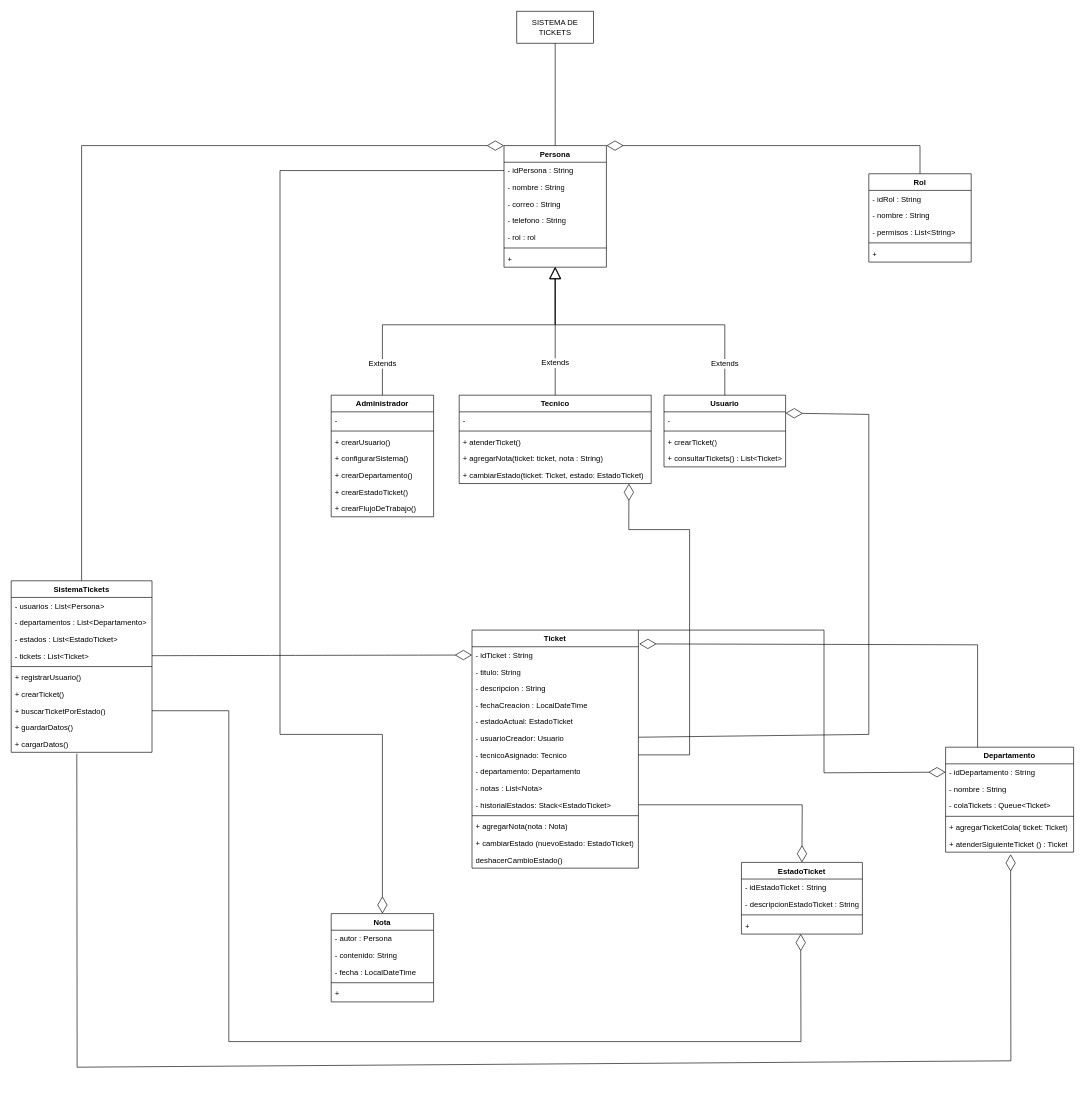
DanielGLima/GestionTickets keeps this draw.io diagram as src/main/Diagramas/Diagrama de clases.drawio. Above is the earlier version. Source tidied: cells renumbered, new cells numbered last; positions are measured from the earlier drawing's top-left corner, leaving out a move shared by most shapes. Both pictures are drawn from the tidied source at 64%, with x=0, y=0 at pixel (11, 11).
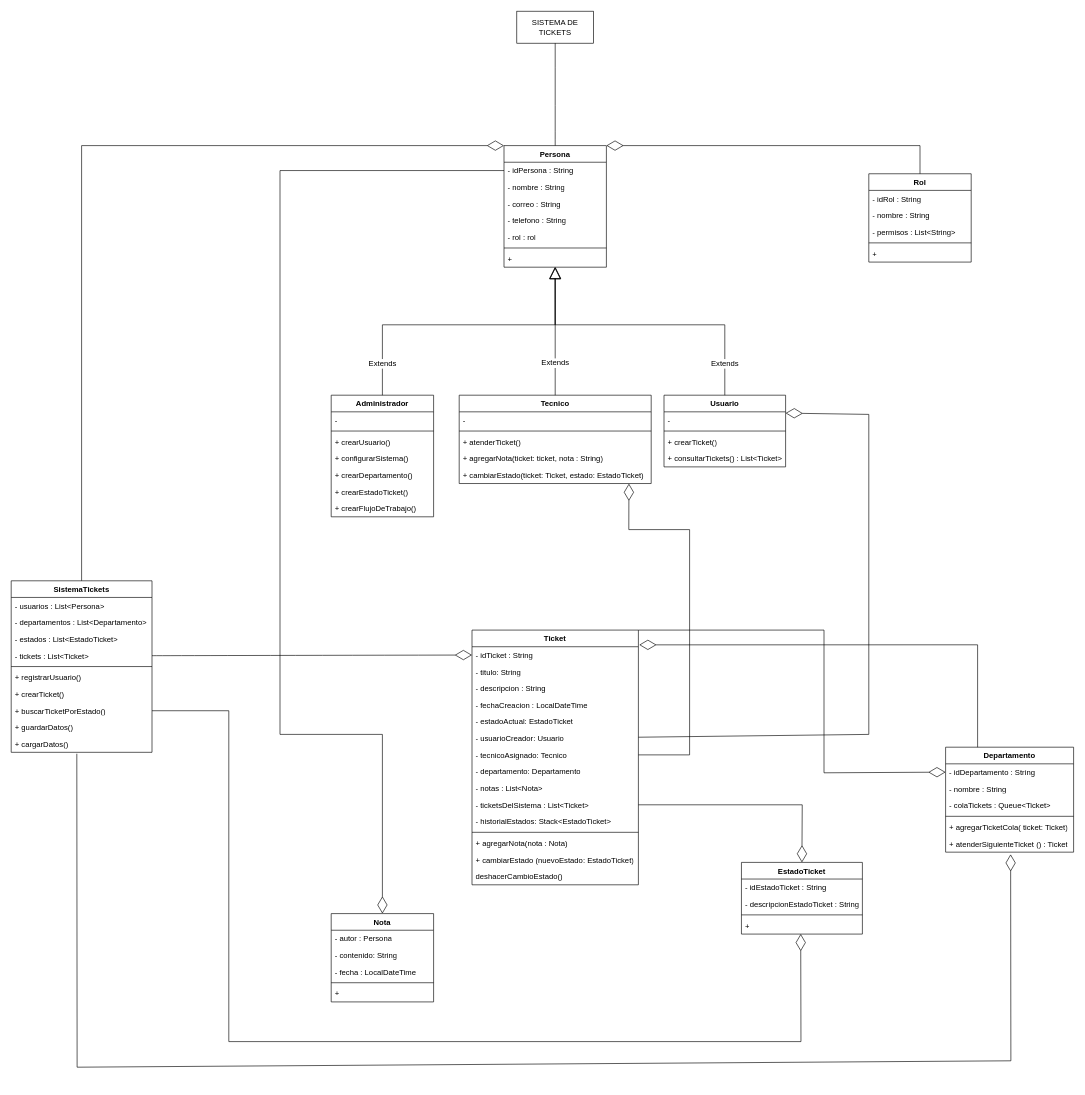
The same diagram, later.

Commit message:
Actualizacion diagrama de clases

Se agrego el atributo - ticketsDelSistema : List<Ticket> creado para implementar en el metodo consultarTickets de la clase Usuario

Change to the diagram source:
```diff
@@
     <mxCell id="33" value="Ticket" style="swimlane;fontStyle=1;align=center;verticalAlign=top;horizontal=1;startSize=26;whiteSpace=wrap;html=1;" parent="1" vertex="1">
-      <mxGeometry x="720" y="967" width="260" height="372" as="geometry" />
+      <mxGeometry x="720" y="967" width="260" height="398" as="geometry" />
     </mxCell>
@@
+    <mxCell id="95" value="- ticketsDelSistema : List&amp;lt;Ticket&amp;gt;" style="text;strokeColor=none;fillColor=none;align=left;verticalAlign=top;spacingLeft=4;spacingRight=4;overflow=hidden;whiteSpace=wrap;html=1;" parent="33" vertex="1">
+      <mxGeometry y="260" width="260" height="26" as="geometry" />
+    </mxCell>
     <mxCell id="43" value="- historialEstados: Stack&amp;lt;EstadoTicket&amp;gt;" style="text;strokeColor=none;fillColor=none;align=left;verticalAlign=top;spacingLeft=4;spacingRight=4;overflow=hidden;whiteSpace=wrap;html=1;" parent="33" vertex="1">
-      <mxGeometry y="260" width="260" height="26" as="geometry" />
+      <mxGeometry y="286" width="260" height="26" as="geometry" />
     </mxCell>
     <mxCell id="44" style="line;strokeWidth=1;fillColor=none;align=left;verticalAlign=middle;spacingTop=-1;spacingLeft=3;spacingRight=3;labelPosition=right;strokeColor=inherit;" parent="33" vertex="1">
-      <mxGeometry y="286" width="260" height="8" as="geometry" />
+      <mxGeometry y="312" width="260" height="8" as="geometry" />
     </mxCell>
     <mxCell id="45" value="+ agregarNota(nota : Nota)" style="text;strokeColor=none;fillColor=none;align=left;verticalAlign=top;spacingLeft=4;spacingRight=4;overflow=hidden;whiteSpace=wrap;html=1;" parent="33" vertex="1">
-      <mxGeometry y="294" width="260" height="26" as="geometry" />
+      <mxGeometry y="320" width="260" height="26" as="geometry" />
     </mxCell>
     <mxCell id="46" value="+ cambiarEstado (nuevoEstado: EstadoTicket)" style="text;strokeColor=none;fillColor=none;align=left;verticalAlign=top;spacingLeft=4;spacingRight=4;overflow=hidden;whiteSpace=wrap;html=1;" parent="33" vertex="1">
-      <mxGeometry y="320" width="260" height="26" as="geometry" />
+      <mxGeometry y="346" width="260" height="26" as="geometry" />
     </mxCell>
     <mxCell id="47" value="deshacerCambioEstado()" style="text;strokeColor=none;fillColor=none;align=left;verticalAlign=top;spacingLeft=4;spacingRight=4;overflow=hidden;whiteSpace=wrap;html=1;" parent="33" vertex="1">
-      <mxGeometry y="346" width="260" height="26" as="geometry" />
+      <mxGeometry y="372" width="260" height="26" as="geometry" />
     </mxCell>
```
